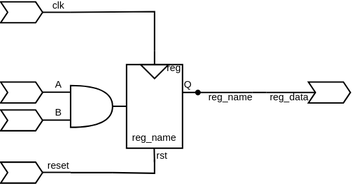
Before: .pic/Basic Verilog structures/registers/fig_06.drawio.svg, a diagram exported from draw.io (MPSU/APS). Source tidied: cells renumbered, new cells last; positions are measured from the earlier drawing's top-left corner, leaving out a move shared by most shapes.
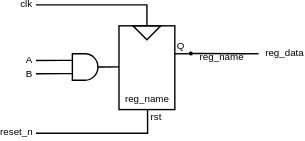
Above is the later version.

What changed in the source:
```diff
@@ -3,162 +3,90 @@
     <mxCell id="0" />
     <mxCell id="1" parent="0" />
     <mxCell id="2" value="&lt;font style=&quot;font-size: 7px;&quot;&gt;reg_name&lt;/font&gt;" style="rounded=0;whiteSpace=wrap;html=1;verticalAlign=bottom;spacingBottom=0;fillColor=none;" parent="1" vertex="1">
-      <mxGeometry x="90" y="45" width="40" height="60" as="geometry" />
+      <mxGeometry x="-377.5" y="71" width="40" height="60" as="geometry" />
     </mxCell>
-    <mxCell id="3" value="reg" style="text;html=1;strokeColor=none;fillColor=none;align=center;verticalAlign=middle;whiteSpace=wrap;rounded=0;fontSize=7;" parent="1" vertex="1">
-      <mxGeometry x="117" y="44" width="14" height="8" as="geometry" />
+    <mxCell id="3" style="endArrow=none;html=1;rounded=0;fontSize=7;" parent="1" edge="1">
+      <mxGeometry relative="1" as="geometry">
+        <mxPoint x="-327.5" y="91" as="sourcePoint" />
+        <mxPoint x="-337.5" y="91" as="targetPoint" />
+      </mxGeometry>
     </mxCell>
-    <mxCell id="4" style="endArrow=none;html=1;rounded=0;fontSize=7;" parent="1" edge="1">
+    <mxCell id="4" style="edgeStyle=orthogonalEdgeStyle;rounded=0;jettySize=auto;html=1;exitX=0;exitY=0.5;exitDx=0;exitDy=0;endArrow=none;endFill=0;" parent="1" edge="1" source="5">
       <mxGeometry relative="1" as="geometry">
-        <mxPoint x="140" y="65" as="sourcePoint" />
-        <mxPoint x="130" y="65" as="targetPoint" />
+        <mxPoint x="-437" y="56" as="targetPoint" />
+        <Array as="points">
+          <mxPoint x="-357" y="56" />
+        </Array>
       </mxGeometry>
     </mxCell>
-    <mxCell id="5" style="endArrow=none;html=1;rounded=0;fontSize=7;" parent="1" edge="1">
-      <mxGeometry relative="1" as="geometry">
-        <mxPoint x="110" y="45" as="sourcePoint" />
-        <mxPoint x="110" y="35" as="targetPoint" />
-      </mxGeometry>
+    <mxCell id="5" style="triangle;whiteSpace=wrap;html=1;fontSize=7;rotation=90;fillColor=none;" parent="1" vertex="1">
+      <mxGeometry x="-362.5" y="66" width="10" height="20" as="geometry" />
     </mxCell>
-    <mxCell id="6" style="triangle;whiteSpace=wrap;html=1;fontSize=7;rotation=90;fillColor=none;" parent="1" vertex="1">
-      <mxGeometry x="105" y="40" width="10" height="20" as="geometry" />
+    <mxCell id="6" value="Q" style="text;html=1;strokeColor=none;fillColor=none;align=center;verticalAlign=middle;whiteSpace=wrap;rounded=0;fontSize=7;" parent="1" vertex="1">
+      <mxGeometry x="-336.5" y="81" width="6" height="10" as="geometry" />
     </mxCell>
-    <mxCell id="7" value="Q" style="text;html=1;strokeColor=none;fillColor=none;align=center;verticalAlign=middle;whiteSpace=wrap;rounded=0;fontSize=7;" parent="1" vertex="1">
-      <mxGeometry x="131" y="55" width="6" height="10" as="geometry" />
+    <mxCell id="7" style="endArrow=none;html=1;rounded=0;fontSize=7;startArrow=oval;startFill=1;endSize=6;startSize=2;" parent="1" edge="1">
+      <mxGeometry relative="1" as="geometry">
+        <mxPoint x="-326" y="90.8" as="sourcePoint" />
+        <mxPoint x="-287" y="91" as="targetPoint" />
+      </mxGeometry>
     </mxCell>
-    <mxCell id="8" style="endArrow=none;html=1;rounded=0;fontSize=7;startArrow=oval;startFill=1;startSize=3;" parent="1" edge="1">
-      <mxGeometry relative="1" as="geometry">
-        <mxPoint x="141" y="65" as="sourcePoint" />
-        <mxPoint x="180" y="65" as="targetPoint" />
+    <mxCell id="8" value="&lt;font style=&quot;font-size: 7px;&quot;&gt;reg_name&lt;/font&gt;" style="edgeLabel;html=1;align=center;verticalAlign=middle;fontSize=7;labelBackgroundColor=none;" parent="7" vertex="1">
+      <mxGeometry x="0.13" relative="1" as="geometry">
+        <mxPoint y="3" as="offset" />
       </mxGeometry>
     </mxCell>
-    <mxCell id="9" value="&lt;font style=&quot;font-size: 7px;&quot;&gt;reg_name&lt;/font&gt;" style="edgeLabel;html=1;align=center;verticalAlign=middle;fontSize=7;labelBackgroundColor=none;" parent="8" vertex="1">
-      <mxGeometry x="0.13" relative="1" as="geometry">
-        <mxPoint y="3" as="offset" />
+    <mxCell id="9" style="endArrow=none;html=1;rounded=0;fontSize=7;" parent="1" edge="1">
+      <mxGeometry relative="1" as="geometry">
+        <mxPoint x="-287.5" y="91" as="sourcePoint" />
+        <mxPoint x="-277.5" y="91" as="targetPoint" />
       </mxGeometry>
     </mxCell>
-    <mxCell id="10" style="shape=step;perimeter=stepPerimeter;whiteSpace=wrap;html=1;fixedSize=1;labelBackgroundColor=#CB9EFF;fontSize=7;fillColor=none;size=5;" parent="1" vertex="1">
-      <mxGeometry width="30" height="15" as="geometry" />
+    <mxCell id="10" style="endArrow=none;html=1;rounded=0;fontSize=7;entryX=0.511;entryY=0.992;entryDx=0;entryDy=0;entryPerimeter=0;" parent="1" edge="1" target="2">
+      <mxGeometry relative="1" as="geometry">
+        <mxPoint x="-437" y="148" as="sourcePoint" />
+        <Array as="points">
+          <mxPoint x="-357" y="148" />
+        </Array>
+      </mxGeometry>
     </mxCell>
-    <mxCell id="11" style="shape=step;perimeter=stepPerimeter;whiteSpace=wrap;html=1;fixedSize=1;labelBackgroundColor=#CB9EFF;fontSize=7;fillColor=none;size=5;" parent="1" vertex="1">
-      <mxGeometry y="57.5" width="30" height="15" as="geometry" />
+    <mxCell id="11" value="rst" style="edgeLabel;html=1;align=center;verticalAlign=middle;fontSize=7;" parent="10" vertex="1">
+      <mxGeometry x="0.41" relative="1" as="geometry">
+        <mxPoint x="17" y="-11" as="offset" />
+      </mxGeometry>
     </mxCell>
-    <mxCell id="12" style="endArrow=none;html=1;rounded=0;fontSize=7;" parent="1" edge="1">
+    <mxCell id="12" style="endArrow=none;html=1;rounded=0;fontSize=7;exitX=1;exitY=0.5;exitDx=0;exitDy=0;exitPerimeter=0;" parent="1" edge="1" source="15">
       <mxGeometry relative="1" as="geometry">
-        <mxPoint x="50" y="64.8" as="sourcePoint" />
-        <mxPoint x="30" y="64.8" as="targetPoint" />
+        <mxPoint x="-377.5" y="100.4" as="targetPoint" />
       </mxGeometry>
     </mxCell>
-    <mxCell id="13" value="A" style="edgeLabel;html=1;align=center;verticalAlign=middle;fontSize=7;labelBackgroundColor=none;" parent="12" vertex="1">
-      <mxGeometry x="0.2" relative="1" as="geometry">
-        <mxPoint x="2" y="-5" as="offset" />
+    <mxCell id="13" style="edgeStyle=orthogonalEdgeStyle;rounded=0;jettySize=auto;html=1;exitX=0;exitY=0.25;exitDx=0;exitDy=0;exitPerimeter=0;endArrow=none;endFill=0;" parent="1" edge="1" source="15">
+      <mxGeometry relative="1" as="geometry">
+        <mxPoint x="-437" y="95.7" as="targetPoint" />
       </mxGeometry>
     </mxCell>
-    <mxCell id="14" style="endArrow=none;html=1;rounded=0;fontSize=7;" parent="1" edge="1">
+    <mxCell id="14" style="edgeStyle=orthogonalEdgeStyle;rounded=0;jettySize=auto;html=1;exitX=0;exitY=0.75;exitDx=0;exitDy=0;exitPerimeter=0;endArrow=none;endFill=0;" parent="1" edge="1" source="15">
       <mxGeometry relative="1" as="geometry">
-        <mxPoint x="30" y="7.5" as="sourcePoint" />
-        <mxPoint x="50" y="7.5" as="targetPoint" />
+        <mxPoint x="-437" y="105.3" as="targetPoint" />
       </mxGeometry>
     </mxCell>
-    <mxCell id="15" value="clk" style="edgeLabel;html=1;align=center;verticalAlign=middle;points=[];fontSize=7;labelBackgroundColor=none;" parent="14" vertex="1">
-      <mxGeometry x="0.4" y="-1" relative="1" as="geometry">
-        <mxPoint x="-4" y="-6" as="offset" />
-      </mxGeometry>
+    <mxCell id="15" style="verticalLabelPosition=bottom;shadow=0;dashed=0;align=center;html=1;verticalAlign=top;shape=mxgraph.electrical.logic_gates.logic_gate;operation=and;" parent="1" vertex="1">
+      <mxGeometry x="-417" y="91" width="30.5" height="19" as="geometry" />
     </mxCell>
-    <mxCell id="16" style="shape=step;perimeter=stepPerimeter;whiteSpace=wrap;html=1;fixedSize=1;labelBackgroundColor=#CB9EFF;fontSize=7;fillColor=none;size=5;" parent="1" vertex="1">
-      <mxGeometry x="220" y="57.5" width="30" height="15" as="geometry" />
+    <mxCell id="16" value="reg_data" style="edgeLabel;html=1;align=center;verticalAlign=middle;fontSize=7;labelBackgroundColor=none;" parent="1" vertex="1">
+      <mxGeometry x="-259" y="91" as="geometry" />
     </mxCell>
-    <mxCell id="17" style="endArrow=none;html=1;rounded=0;fontSize=7;" parent="1" edge="1">
-      <mxGeometry relative="1" as="geometry">
-        <mxPoint x="225" y="65" as="sourcePoint" />
-        <mxPoint x="190" y="65" as="targetPoint" />
-      </mxGeometry>
+    <mxCell id="17" value="reset_n" style="edgeLabel;html=1;align=center;verticalAlign=middle;fontSize=7;labelBackgroundColor=none;" parent="1" vertex="1">
+      <mxGeometry x="-451.5" y="148.3" as="geometry" />
     </mxCell>
-    <mxCell id="18" value="reg_data" style="edgeLabel;html=1;align=center;verticalAlign=middle;fontSize=7;labelBackgroundColor=none;" parent="17" vertex="1">
-      <mxGeometry x="0.2" relative="1" as="geometry">
-        <mxPoint x="1" y="3" as="offset" />
-      </mxGeometry>
+    <mxCell id="18" value="A" style="edgeLabel;html=1;align=center;verticalAlign=middle;fontSize=7;labelBackgroundColor=none;" parent="1" vertex="1">
+      <mxGeometry x="-442" y="96" as="geometry" />
     </mxCell>
-    <mxCell id="19" style="endArrow=none;html=1;rounded=0;fontSize=7;" parent="1" edge="1">
-      <mxGeometry relative="1" as="geometry">
-        <mxPoint x="110" y="35" as="sourcePoint" />
-        <mxPoint x="50" y="7.5" as="targetPoint" />
-        <Array as="points">
-          <mxPoint x="110" y="7" />
-        </Array>
-      </mxGeometry>
+    <mxCell id="19" value="B" style="edgeLabel;html=1;align=center;verticalAlign=middle;fontSize=7;labelBackgroundColor=none;" parent="1" vertex="1">
+      <mxGeometry x="-442" y="106" as="geometry" />
     </mxCell>
-    <mxCell id="20" style="endArrow=none;html=1;rounded=0;fontSize=7;" parent="1" edge="1">
-      <mxGeometry relative="1" as="geometry">
-        <mxPoint x="180" y="65" as="sourcePoint" />
-        <mxPoint x="190" y="65" as="targetPoint" />
-      </mxGeometry>
+    <mxCell id="20" value="clk" style="edgeLabel;html=1;align=center;verticalAlign=middle;fontSize=7;labelBackgroundColor=none;" parent="1" vertex="1">
+      <mxGeometry x="-444" y="56" as="geometry" />
     </mxCell>
-    <mxCell id="21" style="endArrow=none;html=1;rounded=0;fontSize=7;" parent="1" edge="1">
-      <mxGeometry relative="1" as="geometry">
-        <mxPoint x="110" y="115" as="sourcePoint" />
-        <mxPoint x="109.8" y="105" as="targetPoint" />
-      </mxGeometry>
-    </mxCell>
-    <mxCell id="22" value="rst" style="edgeLabel;html=1;align=center;verticalAlign=middle;fontSize=7;" parent="21" vertex="1">
-      <mxGeometry x="0.41" relative="1" as="geometry">
-        <mxPoint x="5" y="2" as="offset" />
-      </mxGeometry>
-    </mxCell>
-    <mxCell id="23" style="group;" parent="1" vertex="1">
-      <mxGeometry y="115" width="80" height="15" as="geometry" />
-    </mxCell>
-    <mxCell id="24" style="shape=step;perimeter=stepPerimeter;whiteSpace=wrap;html=1;fixedSize=1;labelBackgroundColor=#CB9EFF;fontSize=7;fillColor=none;size=5;" parent="23" vertex="1">
-      <mxGeometry width="30" height="15" as="geometry" />
-    </mxCell>
-    <mxCell id="25" style="endArrow=none;html=1;rounded=0;fontSize=7;" parent="23" edge="1">
-      <mxGeometry relative="1" as="geometry">
-        <mxPoint x="50" y="7.3" as="sourcePoint" />
-        <mxPoint x="30" y="7.3" as="targetPoint" />
-      </mxGeometry>
-    </mxCell>
-    <mxCell id="26" value="reset" style="edgeLabel;html=1;align=center;verticalAlign=middle;fontSize=7;labelBackgroundColor=none;" parent="25" vertex="1">
-      <mxGeometry x="0.2" relative="1" as="geometry">
-        <mxPoint x="2" y="-5" as="offset" />
-      </mxGeometry>
-    </mxCell>
-    <mxCell id="27" style="endArrow=none;html=1;rounded=0;fontSize=7;" parent="23" edge="1">
-      <mxGeometry relative="1" as="geometry">
-        <mxPoint x="50" y="7.5" as="sourcePoint" />
-        <mxPoint x="80" y="7.5" as="targetPoint" />
-      </mxGeometry>
-    </mxCell>
-    <mxCell id="28" style="endArrow=none;html=1;rounded=0;fontSize=7;" parent="1" edge="1">
-      <mxGeometry relative="1" as="geometry">
-        <mxPoint x="80" y="122.5" as="sourcePoint" />
-        <mxPoint x="110" y="113" as="targetPoint" />
-        <Array as="points">
-          <mxPoint x="110" y="123" />
-        </Array>
-      </mxGeometry>
-    </mxCell>
-    <mxCell id="29" style="shape=step;perimeter=stepPerimeter;whiteSpace=wrap;html=1;fixedSize=1;labelBackgroundColor=#CB9EFF;fontSize=7;fillColor=none;size=5;" parent="1" vertex="1">
-      <mxGeometry y="77.5" width="30" height="15" as="geometry" />
-    </mxCell>
-    <mxCell id="30" style="endArrow=none;html=1;rounded=0;fontSize=7;" parent="1" edge="1">
-      <mxGeometry relative="1" as="geometry">
-        <mxPoint x="50" y="84.8" as="sourcePoint" />
-        <mxPoint x="30" y="84.8" as="targetPoint" />
-      </mxGeometry>
-    </mxCell>
-    <mxCell id="31" value="B" style="edgeLabel;html=1;align=center;verticalAlign=middle;fontSize=7;labelBackgroundColor=none;" parent="30" vertex="1">
-      <mxGeometry x="0.2" relative="1" as="geometry">
-        <mxPoint x="2" y="-5" as="offset" />
-      </mxGeometry>
-    </mxCell>
-    <mxCell id="32" style="shape=or;whiteSpace=wrap;html=1;labelBackgroundColor=none;fontSize=7;fillColor=#FFFFFF;" parent="1" vertex="1">
-      <mxGeometry x="50" y="60" width="30" height="30" as="geometry" />
-    </mxCell>
-    <mxCell id="33" style="endArrow=none;html=1;rounded=0;fontSize=7;" parent="1" edge="1">
-      <mxGeometry relative="1" as="geometry">
-        <mxPoint x="80" y="74.9" as="sourcePoint" />
-        <mxPoint x="90" y="74.9" as="targetPoint" />
-      </mxGeometry>
-    </mxCell>
   </root>
 </mxGraphModel>
```
